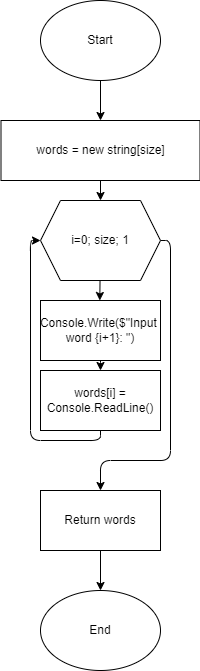
Above: 1.CreateArray.drawio.png in wdlts/EXAMINATION_CSHARP (draw.io), before the change. Source tidied: cells renumbered, new cells last; positions are measured from the earlier drawing's top-left corner, leaving out a move shared by most shapes.
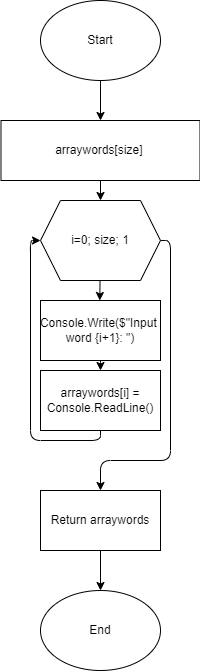
Later version of the same file.

Diff of the diagram source:
```diff
@@ -10,7 +10,7 @@
     <mxCell id="3" style="edgeStyle=none;html=1;exitX=0.5;exitY=1;exitDx=0;exitDy=0;" parent="1" edge="1" source="4" target="7">
       <mxGeometry relative="1" as="geometry" />
     </mxCell>
-    <mxCell id="4" value="words = new string[size]" style="rounded=0;whiteSpace=wrap;html=1;" parent="1" vertex="1">
+    <mxCell id="4" value="arraywords[size]&amp;nbsp;" style="rounded=0;whiteSpace=wrap;html=1;" parent="1" vertex="1">
       <mxGeometry x="0.5" y="120" width="199" height="60" as="geometry" />
     </mxCell>
     <mxCell id="5" style="edgeStyle=none;html=1;" parent="1" edge="1" source="7">
@@ -38,13 +38,13 @@
     <mxCell id="9" style="edgeStyle=orthogonalEdgeStyle;html=1;exitX=0.5;exitY=1;exitDx=0;exitDy=0;entryX=0;entryY=0.5;entryDx=0;entryDy=0;" parent="1" edge="1" source="10" target="7">
       <mxGeometry relative="1" as="geometry" />
     </mxCell>
-    <mxCell id="10" value="words[i] = Console.ReadLine()" style="rounded=0;whiteSpace=wrap;html=1;" parent="1" vertex="1">
+    <mxCell id="10" value="arraywords[i] = Console.ReadLine()" style="rounded=0;whiteSpace=wrap;html=1;" parent="1" vertex="1">
       <mxGeometry x="40" y="370" width="120" height="60" as="geometry" />
     </mxCell>
     <mxCell id="11" style="edgeStyle=orthogonalEdgeStyle;html=1;" parent="1" edge="1" source="12" target="13">
       <mxGeometry relative="1" as="geometry" />
     </mxCell>
-    <mxCell id="12" value="Return words" style="rounded=0;whiteSpace=wrap;html=1;" parent="1" vertex="1">
+    <mxCell id="12" value="Return arraywords" style="rounded=0;whiteSpace=wrap;html=1;" parent="1" vertex="1">
       <mxGeometry x="40" y="490" width="120" height="60" as="geometry" />
     </mxCell>
     <mxCell id="13" value="End" style="ellipse;whiteSpace=wrap;html=1;" parent="1" vertex="1">
```
